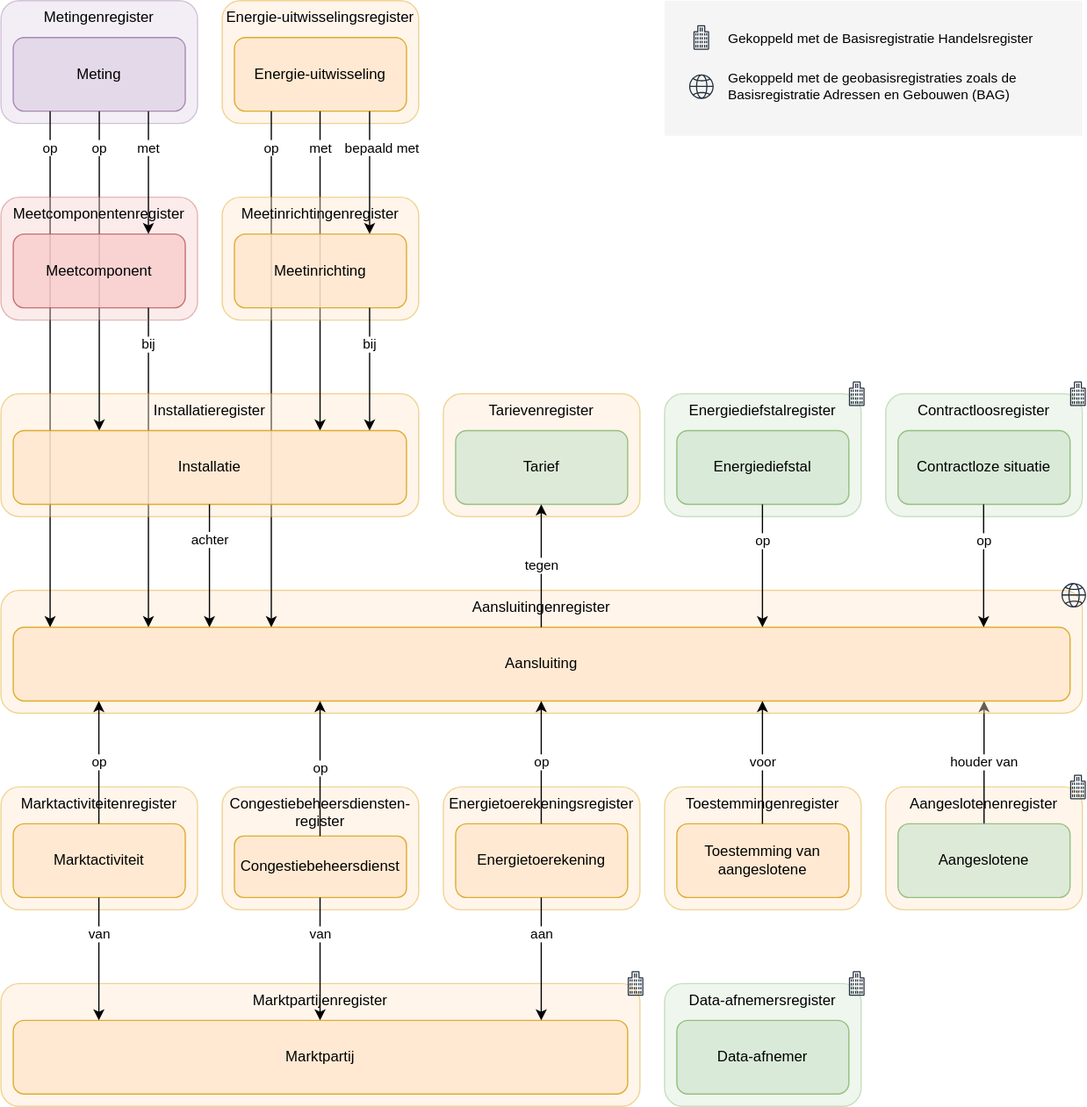
Above: docs/assets/images/stelselplaat.drawio.svg in Netbeheer-Nederland/stelsel (draw.io), before the change. Source tidied: cells renumbered, new cells last; positions are measured from the earlier drawing's top-left corner, leaving out a move shared by most shapes. Its diagram source:
```xml
<mxGraphModel>
  <root>
    <mxCell id="0" />
    <mxCell id="1" parent="0" />
    <mxCell id="2" style="rounded=0;whiteSpace=wrap;html=1;fillColor=#f5f5f5;fontColor=#333333;strokeColor=none;" parent="1" vertex="1">
      <mxGeometry x="540" width="340" height="110" as="geometry" />
    </mxCell>
    <mxCell id="3" value="Toestemmingenregister" style="rounded=1;whiteSpace=wrap;html=1;verticalAlign=top;horizontal=1;align=center;fillColor=#ffe6cc;strokeColor=#d79b00;opacity=40;fontColor=default;" parent="1" vertex="1">
      <mxGeometry x="540" y="640" width="160" height="100" as="geometry" />
    </mxCell>
    <mxCell id="4" value="Marktpartijenregister" style="rounded=1;whiteSpace=wrap;html=1;verticalAlign=top;align=center;horizontal=1;fillColor=#ffe6cc;strokeColor=#d79b00;opacity=40;fontColor=default;" parent="1" vertex="1">
      <mxGeometry y="800" width="520" height="100" as="geometry" />
    </mxCell>
    <mxCell id="5" value="Marktpartij" style="rounded=1;whiteSpace=wrap;html=1;fillColor=#ffe6cc;strokeColor=#d79b00;opacity=80;fontColor=default;" parent="1" vertex="1">
      <mxGeometry x="10" y="830" width="500" height="60" as="geometry" />
    </mxCell>
    <mxCell id="6" value="Marktactiviteitenregister" style="rounded=1;whiteSpace=wrap;html=1;verticalAlign=top;align=center;horizontal=1;fillColor=#ffe6cc;strokeColor=#d79b00;opacity=40;fontColor=default;" parent="1" vertex="1">
      <mxGeometry y="640" width="160" height="100" as="geometry" />
    </mxCell>
    <mxCell id="7" value="Congestiebeheersdiensten-register" style="rounded=1;whiteSpace=wrap;html=1;verticalAlign=top;align=center;horizontal=1;fillColor=#ffe6cc;strokeColor=#d79b00;opacity=40;fontColor=default;" parent="1" vertex="1">
      <mxGeometry x="180" y="640" width="160" height="100" as="geometry" />
    </mxCell>
    <mxCell id="8" value="Marktactiviteit" style="rounded=1;whiteSpace=wrap;html=1;fillColor=#ffe6cc;strokeColor=#d79b00;opacity=80;fontColor=default;" parent="1" vertex="1">
      <mxGeometry x="10" y="670" width="140" height="60" as="geometry" />
    </mxCell>
    <mxCell id="9" value="Toestemming van aangeslotene" style="rounded=1;whiteSpace=wrap;html=1;fillColor=#ffe6cc;strokeColor=#d79b00;opacity=80;fontColor=default;" parent="1" vertex="1">
      <mxGeometry x="550" y="670" width="140" height="60" as="geometry" />
    </mxCell>
    <mxCell id="10" value="Congestiebeheersdienst" style="rounded=1;whiteSpace=wrap;html=1;fillColor=#ffe6cc;strokeColor=#d79b00;opacity=80;fontColor=default;" parent="1" vertex="1">
      <mxGeometry x="190" y="680" width="140" height="50" as="geometry" />
    </mxCell>
    <mxCell id="11" value="van" style="endArrow=classic;html=1;rounded=0;edgeStyle=elbowEdgeStyle;fontColor=default;" parent="1" edge="1" source="8" target="5">
      <mxGeometry x="-0.4" relative="1" as="geometry" />
    </mxCell>
    <mxCell id="12" value="van" style="endArrow=classic;html=1;rounded=0;edgeStyle=elbowEdgeStyle;fontColor=default;" parent="1" edge="1" source="10" target="5">
      <mxGeometry x="-0.4" relative="1" as="geometry" />
    </mxCell>
    <mxCell id="13" value="Energietoerekeningsregister" style="rounded=1;whiteSpace=wrap;html=1;verticalAlign=top;align=center;horizontal=1;fillColor=#ffe6cc;strokeColor=#d79b00;opacity=40;fontColor=default;" parent="1" vertex="1">
      <mxGeometry x="360" y="640" width="160" height="100" as="geometry" />
    </mxCell>
    <mxCell id="14" value="Energietoerekening" style="rounded=1;whiteSpace=wrap;html=1;fillColor=#ffe6cc;strokeColor=#d79b00;opacity=80;fontColor=default;" parent="1" vertex="1">
      <mxGeometry x="370" y="670" width="140" height="60" as="geometry" />
    </mxCell>
    <mxCell id="15" value="aan" style="endArrow=classic;html=1;rounded=0;edgeStyle=elbowEdgeStyle;fontColor=default;" parent="1" edge="1" source="14" target="5">
      <mxGeometry x="-0.4" relative="1" as="geometry" />
    </mxCell>
    <mxCell id="16" value="Tarievenregister" style="rounded=1;whiteSpace=wrap;html=1;verticalAlign=top;horizontal=1;align=center;strokeWidth=1;fillColor=#ffe6cc;strokeColor=#d79b00;opacity=40;fontColor=default;" parent="1" vertex="1">
      <mxGeometry x="360" y="320" width="160" height="100" as="geometry" />
    </mxCell>
    <mxCell id="17" value="Aangeslotenenregister" style="rounded=1;whiteSpace=wrap;html=1;verticalAlign=top;horizontal=1;align=center;strokeWidth=1;opacity=40;fillColor=#ffe6cc;strokeColor=#d79b00;fontColor=default;" parent="1" vertex="1">
      <mxGeometry x="720" y="640" width="160" height="100" as="geometry" />
    </mxCell>
    <mxCell id="18" value="houder van" style="endArrow=classic;html=1;rounded=0;edgeStyle=elbowEdgeStyle;fontColor=default;" parent="1" edge="1" source="48" target="24">
      <mxGeometry relative="1" as="geometry">
        <Array as="points">
          <mxPoint x="840" y="700" />
        </Array>
      </mxGeometry>
    </mxCell>
    <mxCell id="19" value="Contractloosregister" style="rounded=1;whiteSpace=wrap;html=1;verticalAlign=top;horizontal=1;align=center;fillColor=#d5e8d4;strokeColor=#82b366;opacity=40;fontColor=default;" parent="1" vertex="1">
      <mxGeometry x="720" y="320" width="160" height="100" as="geometry" />
    </mxCell>
    <mxCell id="20" value="Data-afnemersregister" style="rounded=1;whiteSpace=wrap;html=1;verticalAlign=top;horizontal=1;align=center;fillColor=#d5e8d4;strokeColor=#82b366;opacity=40;fontColor=default;" parent="1" vertex="1">
      <mxGeometry x="540" y="800" width="160" height="100" as="geometry" />
    </mxCell>
    <mxCell id="21" value="Tarief" style="rounded=1;whiteSpace=wrap;html=1;fillColor=#d5e8d4;strokeColor=#82b366;opacity=80;fontColor=default;" parent="1" vertex="1">
      <mxGeometry x="370" y="350" width="140" height="60" as="geometry" />
    </mxCell>
    <mxCell id="22" value="Data-afnemer" style="rounded=1;whiteSpace=wrap;html=1;fillColor=#d5e8d4;strokeColor=#82b366;opacity=80;fontColor=default;" parent="1" vertex="1">
      <mxGeometry x="550" y="830" width="140" height="60" as="geometry" />
    </mxCell>
    <mxCell id="23" value="Aansluitingenregister" style="rounded=1;whiteSpace=wrap;html=1;verticalAlign=top;horizontal=1;align=center;opacity=40;fillColor=#ffe6cc;strokeColor=#d79b00;fontColor=default;" parent="1" vertex="1">
      <mxGeometry y="480" width="880" height="100" as="geometry" />
    </mxCell>
    <mxCell id="24" value="Aansluiting" style="rounded=1;whiteSpace=wrap;html=1;fillColor=#ffe6cc;strokeColor=#d79b00;opacity=80;fontColor=default;" parent="1" vertex="1">
      <mxGeometry x="10" y="510" width="860" height="60" as="geometry" />
    </mxCell>
    <mxCell id="25" value="Energiediefstalregister" style="rounded=1;whiteSpace=wrap;html=1;verticalAlign=top;align=center;horizontal=1;fillColor=#d5e8d4;strokeColor=#82b366;opacity=40;fontColor=default;" parent="1" vertex="1">
      <mxGeometry x="540" y="320" width="160" height="100" as="geometry" />
    </mxCell>
    <mxCell id="26" value="Energiediefstal" style="rounded=1;whiteSpace=wrap;html=1;fillColor=#d5e8d4;strokeColor=#82b366;opacity=80;fontColor=default;" parent="1" vertex="1">
      <mxGeometry x="550" y="350" width="140" height="60" as="geometry" />
    </mxCell>
    <mxCell id="27" value="Energie-uitwisselingsregister" style="rounded=1;whiteSpace=wrap;html=1;verticalAlign=top;horizontal=1;align=center;strokeWidth=1;opacity=40;fillColor=#ffe6cc;strokeColor=#d79b00;fontColor=default;" parent="1" vertex="1">
      <mxGeometry x="180" width="160" height="100" as="geometry" />
    </mxCell>
    <mxCell id="28" value="Metingenregister" style="rounded=1;whiteSpace=wrap;html=1;verticalAlign=top;horizontal=1;align=center;opacity=40;fillColor=#e1d5e7;strokeColor=#9673a6;fontColor=default;" parent="1" vertex="1">
      <mxGeometry width="160" height="100" as="geometry" />
    </mxCell>
    <mxCell id="29" value="Energie-uitwisseling" style="rounded=1;whiteSpace=wrap;html=1;fillColor=#ffe6cc;strokeColor=#d79b00;opacity=80;fontColor=default;" parent="1" vertex="1">
      <mxGeometry x="190" y="30" width="140" height="60" as="geometry" />
    </mxCell>
    <mxCell id="30" value="Meting" style="rounded=1;whiteSpace=wrap;html=1;fillColor=#e1d5e7;strokeColor=#9673a6;opacity=80;fontColor=default;" parent="1" vertex="1">
      <mxGeometry x="10" y="30" width="140" height="60" as="geometry" />
    </mxCell>
    <mxCell id="31" value="op" style="endArrow=classic;html=1;rounded=0;edgeStyle=elbowEdgeStyle;fontColor=default;" parent="1" edge="1" source="8" target="24">
      <mxGeometry relative="1" as="geometry" />
    </mxCell>
    <mxCell id="32" value="op" style="endArrow=classic;html=1;rounded=0;edgeStyle=elbowEdgeStyle;fontColor=default;" parent="1" edge="1" source="29" target="24">
      <mxGeometry x="-0.86" relative="1" as="geometry">
        <Array as="points">
          <mxPoint x="220" y="300" />
        </Array>
      </mxGeometry>
    </mxCell>
    <mxCell id="33" value="tegen" style="endArrow=classic;html=1;rounded=0;edgeStyle=elbowEdgeStyle;fontColor=default;" parent="1" edge="1" source="24" target="21">
      <mxGeometry relative="1" as="geometry" />
    </mxCell>
    <mxCell id="34" value="op" style="endArrow=classic;html=1;rounded=0;edgeStyle=elbowEdgeStyle;fontColor=default;" parent="1" edge="1" source="30" target="24">
      <mxGeometry x="-0.86" relative="1" as="geometry">
        <Array as="points">
          <mxPoint x="40" y="300" />
        </Array>
      </mxGeometry>
    </mxCell>
    <mxCell id="35" value="op" style="endArrow=classic;html=1;rounded=0;edgeStyle=elbowEdgeStyle;fontColor=default;" parent="1" edge="1" source="10" target="24">
      <mxGeometry relative="1" as="geometry" />
    </mxCell>
    <mxCell id="36" value="op" style="endArrow=classic;html=1;rounded=0;edgeStyle=elbowEdgeStyle;fontColor=default;" parent="1" edge="1" source="26" target="24">
      <mxGeometry x="-0.4" relative="1" as="geometry" />
    </mxCell>
    <mxCell id="37" value="op" style="endArrow=classic;html=1;rounded=0;edgeStyle=elbowEdgeStyle;fontColor=default;" parent="1" edge="1" source="14" target="24">
      <mxGeometry relative="1" as="geometry" />
    </mxCell>
    <mxCell id="38" value="bij" style="endArrow=classic;html=1;rounded=0;edgeStyle=elbowEdgeStyle;fontColor=default;" parent="1" edge="1" target="24">
      <mxGeometry x="-0.84" relative="1" as="geometry">
        <mxPoint x="120" y="260" as="sourcePoint" />
        <Array as="points">
          <mxPoint x="120" y="370" />
        </Array>
      </mxGeometry>
    </mxCell>
    <mxCell id="39" value="Installatieregister" style="rounded=1;whiteSpace=wrap;html=1;verticalAlign=top;horizontal=1;align=center;opacity=40;fillColor=#ffe6cc;strokeColor=#d79b00;fontColor=default;" parent="1" vertex="1">
      <mxGeometry y="320" width="340" height="100" as="geometry" />
    </mxCell>
    <mxCell id="40" value="met" style="endArrow=classic;html=1;rounded=0;edgeStyle=elbowEdgeStyle;fontColor=default;" parent="1" edge="1" source="29" target="44">
      <mxGeometry x="-0.77" relative="1" as="geometry" />
    </mxCell>
    <mxCell id="41" value="op" style="endArrow=classic;html=1;rounded=0;edgeStyle=elbowEdgeStyle;fontColor=default;" parent="1" edge="1" source="30" target="44">
      <mxGeometry x="-0.77" relative="1" as="geometry">
        <Array as="points">
          <mxPoint x="80" y="220" />
        </Array>
      </mxGeometry>
    </mxCell>
    <mxCell id="42" value="Meetinrichtingenregister" style="rounded=1;whiteSpace=wrap;html=1;verticalAlign=top;align=center;horizontal=1;strokeWidth=1;opacity=40;fillColor=#ffe6cc;strokeColor=#d79b00;fontColor=default;" parent="1" vertex="1">
      <mxGeometry x="180" y="160" width="160" height="100" as="geometry" />
    </mxCell>
    <mxCell id="43" value="Meetinrichting" style="rounded=1;whiteSpace=wrap;html=1;fillColor=#ffe6cc;strokeColor=#d79b00;opacity=80;fontColor=default;" parent="1" vertex="1">
      <mxGeometry x="190" y="190" width="140" height="60" as="geometry" />
    </mxCell>
    <mxCell id="44" value="Installatie" style="rounded=1;whiteSpace=wrap;html=1;fillColor=#ffe6cc;strokeColor=#d79b00;opacity=80;fontColor=default;" parent="1" vertex="1">
      <mxGeometry x="10" y="350" width="320" height="60" as="geometry" />
    </mxCell>
    <mxCell id="45" value="bepaald met" style="endArrow=classic;html=1;rounded=0;edgeStyle=elbowEdgeStyle;fontColor=default;" parent="1" edge="1" source="29" target="43">
      <mxGeometry x="-0.4" y="10" relative="1" as="geometry">
        <Array as="points">
          <mxPoint x="300" y="140" />
        </Array>
      </mxGeometry>
    </mxCell>
    <mxCell id="46" value="bij" style="endArrow=classic;html=1;rounded=0;edgeStyle=elbowEdgeStyle;fontColor=default;" parent="1" edge="1" source="43" target="44">
      <mxGeometry x="-0.4" relative="1" as="geometry">
        <Array as="points">
          <mxPoint x="300" y="300" />
        </Array>
      </mxGeometry>
    </mxCell>
    <mxCell id="47" value="achter" style="endArrow=classic;html=1;rounded=0;edgeStyle=elbowEdgeStyle;startArrow=none;fontColor=default;" parent="1" edge="1" source="44" target="24">
      <mxGeometry x="-0.4" relative="1" as="geometry">
        <mxPoint y="-1" as="offset" />
      </mxGeometry>
    </mxCell>
    <mxCell id="48" value="Aangeslotene" style="rounded=1;whiteSpace=wrap;html=1;fillColor=#d5e8d4;strokeColor=#82b366;opacity=80;fontColor=default;" parent="1" vertex="1">
      <mxGeometry x="730" y="670" width="140" height="60" as="geometry" />
    </mxCell>
    <mxCell id="49" value="voor" style="endArrow=classic;html=1;rounded=0;edgeStyle=elbowEdgeStyle;endFill=1;fontColor=default;" parent="1" edge="1" source="9" target="24">
      <mxGeometry relative="1" as="geometry" />
    </mxCell>
    <mxCell id="50" value="Meetcomponentenregister" style="rounded=1;whiteSpace=wrap;html=1;verticalAlign=top;align=center;horizontal=1;strokeWidth=1;opacity=40;fillColor=#f8cecc;strokeColor=#b85450;fontColor=default;" parent="1" vertex="1">
      <mxGeometry y="160" width="160" height="100" as="geometry" />
    </mxCell>
    <mxCell id="51" value="Meetcomponent" style="rounded=1;whiteSpace=wrap;html=1;fillColor=#f8cecc;strokeColor=#b85450;opacity=80;fontColor=default;" parent="1" vertex="1">
      <mxGeometry x="10" y="190" width="140" height="60" as="geometry" />
    </mxCell>
    <mxCell id="52" value="met" style="endArrow=classic;html=1;rounded=0;edgeStyle=elbowEdgeStyle;fontColor=default;" parent="1" edge="1" source="30" target="51">
      <mxGeometry x="-0.4" relative="1" as="geometry">
        <Array as="points">
          <mxPoint x="120" y="140" />
        </Array>
      </mxGeometry>
    </mxCell>
    <mxCell id="53" style="endArrow=none;html=1;rounded=0;fontColor=default;" parent="1" edge="1">
      <mxGeometry relative="1" as="geometry">
        <mxPoint x="120" y="250" as="sourcePoint" />
        <mxPoint x="120" y="260" as="targetPoint" />
      </mxGeometry>
    </mxCell>
    <mxCell id="54" value="Contractloze situatie" style="rounded=1;whiteSpace=wrap;html=1;fillColor=#d5e8d4;strokeColor=#82b366;opacity=80;fontColor=default;" parent="1" vertex="1">
      <mxGeometry x="730" y="350" width="140" height="60" as="geometry" />
    </mxCell>
    <mxCell id="55" value="op" style="endArrow=classic;html=1;rounded=0;edgeStyle=elbowEdgeStyle;fontColor=default;" parent="1" edge="1" source="54" target="24">
      <mxGeometry x="-0.4" relative="1" as="geometry" />
    </mxCell>
    <mxCell id="56" style="sketch=0;fontColor=default;gradientColor=none;fillColor=#232F3D;strokeColor=none;dashed=0;verticalLabelPosition=bottom;verticalAlign=top;align=center;html=1;fontSize=12;fontStyle=0;shape=mxgraph.aws4.globe;" parent="1" vertex="1">
      <mxGeometry x="863" y="474" width="20" height="20" as="geometry" />
    </mxCell>
    <mxCell id="57" style="sketch=0;fontColor=#232F3E;gradientColor=none;fillColor=#232F3D;strokeColor=none;dashed=0;verticalLabelPosition=bottom;verticalAlign=top;align=center;html=1;fontSize=12;fontStyle=0;shape=mxgraph.aws4.office_building;" parent="1" vertex="1">
      <mxGeometry x="870" y="310" width="12.8" height="20" as="geometry" />
    </mxCell>
    <mxCell id="58" style="sketch=0;fontColor=#232F3E;gradientColor=none;fillColor=#232F3D;strokeColor=none;dashed=0;verticalLabelPosition=bottom;verticalAlign=top;align=center;html=1;fontSize=12;fontStyle=0;shape=mxgraph.aws4.office_building;" parent="1" vertex="1">
      <mxGeometry x="870" y="630" width="12.8" height="20" as="geometry" />
    </mxCell>
    <mxCell id="59" style="sketch=0;fontColor=#232F3E;gradientColor=none;fillColor=#232F3D;strokeColor=none;dashed=0;verticalLabelPosition=bottom;verticalAlign=top;align=center;html=1;fontSize=12;fontStyle=0;shape=mxgraph.aws4.office_building;" parent="1" vertex="1">
      <mxGeometry x="690" y="790" width="12.8" height="20" as="geometry" />
    </mxCell>
    <mxCell id="60" style="sketch=0;fontColor=#232F3E;gradientColor=none;fillColor=#232F3D;strokeColor=none;dashed=0;verticalLabelPosition=bottom;verticalAlign=top;align=center;html=1;fontSize=12;fontStyle=0;shape=mxgraph.aws4.office_building;" parent="1" vertex="1">
      <mxGeometry x="510" y="790" width="12.8" height="20" as="geometry" />
    </mxCell>
    <mxCell id="61" style="sketch=0;fontColor=#232F3E;gradientColor=none;fillColor=#232F3D;strokeColor=none;dashed=0;verticalLabelPosition=bottom;verticalAlign=top;align=center;html=1;fontSize=12;fontStyle=0;shape=mxgraph.aws4.office_building;" parent="1" vertex="1">
      <mxGeometry x="690" y="310" width="12.8" height="20" as="geometry" />
    </mxCell>
    <mxCell id="62" style="sketch=0;fontColor=#232F3E;gradientColor=none;fillColor=#232F3D;strokeColor=none;dashed=0;verticalLabelPosition=bottom;verticalAlign=top;align=center;html=1;fontSize=12;fontStyle=0;shape=mxgraph.aws4.office_building;" parent="1" vertex="1">
      <mxGeometry x="563" y="20" width="13.8" height="20" as="geometry" />
    </mxCell>
    <mxCell id="63" value="Gekoppeld met de Basisregistratie Handelsregister" style="text;html=1;align=left;verticalAlign=bottom;whiteSpace=wrap;rounded=0;fontSize=11;" parent="1" vertex="1">
      <mxGeometry x="590" y="20" width="260" height="20" as="geometry" />
    </mxCell>
    <mxCell id="64" style="sketch=0;fontColor=default;gradientColor=none;fillColor=#232F3D;strokeColor=none;dashed=0;verticalLabelPosition=bottom;verticalAlign=top;align=center;html=1;fontSize=12;fontStyle=0;shape=mxgraph.aws4.globe;" parent="1" vertex="1">
      <mxGeometry x="560" y="60" width="20" height="20" as="geometry" />
    </mxCell>
    <mxCell id="65" value="Gekoppeld met de geobasisregistraties zoals de Basisregistratie Adressen en Gebouwen (BAG)" style="text;html=1;align=left;verticalAlign=middle;whiteSpace=wrap;rounded=0;fontSize=11;" parent="1" vertex="1">
      <mxGeometry x="590" y="50" width="260" height="40" as="geometry" />
    </mxCell>
  </root>
</mxGraphModel>
```
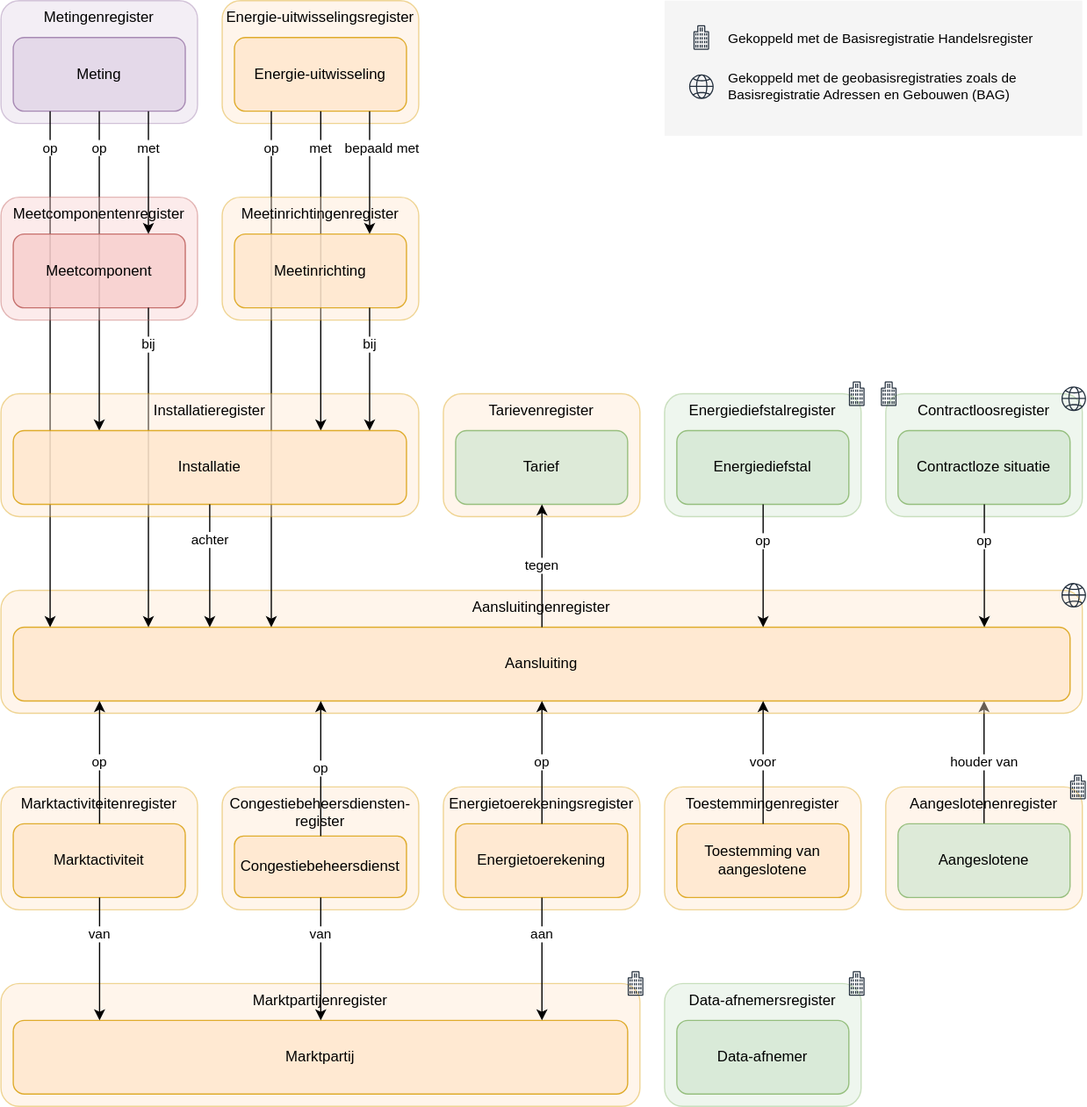
The same diagram one commit later.

Change to the diagram source:
```diff
@@ -206,7 +206,7 @@
       <mxGeometry x="863" y="474" width="20" height="20" as="geometry" />
     </mxCell>
     <mxCell id="57" style="sketch=0;fontColor=#232F3E;gradientColor=none;fillColor=#232F3D;strokeColor=none;dashed=0;verticalLabelPosition=bottom;verticalAlign=top;align=center;html=1;fontSize=12;fontStyle=0;shape=mxgraph.aws4.office_building;" parent="1" vertex="1">
-      <mxGeometry x="870" y="310" width="12.8" height="20" as="geometry" />
+      <mxGeometry x="716" y="310" width="12.8" height="20" as="geometry" />
     </mxCell>
     <mxCell id="58" style="sketch=0;fontColor=#232F3E;gradientColor=none;fillColor=#232F3D;strokeColor=none;dashed=0;verticalLabelPosition=bottom;verticalAlign=top;align=center;html=1;fontSize=12;fontStyle=0;shape=mxgraph.aws4.office_building;" parent="1" vertex="1">
       <mxGeometry x="870" y="630" width="12.8" height="20" as="geometry" />
@@ -232,5 +232,8 @@
     <mxCell id="65" value="Gekoppeld met de geobasisregistraties zoals de Basisregistratie Adressen en Gebouwen (BAG)" style="text;html=1;align=left;verticalAlign=middle;whiteSpace=wrap;rounded=0;fontSize=11;" parent="1" vertex="1">
       <mxGeometry x="590" y="50" width="260" height="40" as="geometry" />
     </mxCell>
+    <mxCell id="66" style="sketch=0;fontColor=default;gradientColor=none;fillColor=#232F3D;strokeColor=none;dashed=0;verticalLabelPosition=bottom;verticalAlign=top;align=center;html=1;fontSize=12;fontStyle=0;shape=mxgraph.aws4.globe;" parent="1" vertex="1">
+      <mxGeometry x="863" y="314" width="20" height="20" as="geometry" />
+    </mxCell>
   </root>
 </mxGraphModel>
```
